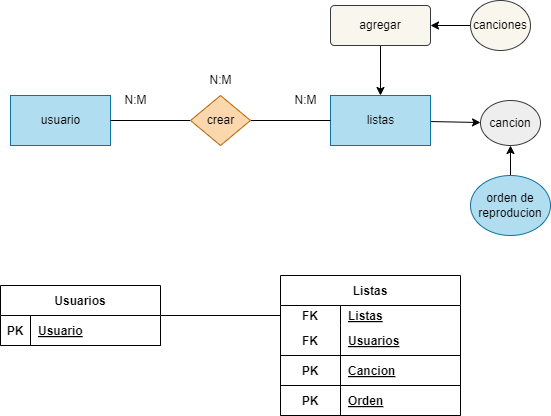
Before: BAE/Tareas/Unidad2/Images/Ejercicio13.drawio.png, a diagram exported from draw.io (ResetMeNow/DAW). Source tidied: cells renumbered, new cells last; positions are measured from the earlier drawing's top-left corner, leaving out a move shared by most shapes. The source it was exported from:
```xml
<mxGraphModel>
  <root>
    <mxCell id="0" />
    <mxCell id="1" parent="0" />
    <mxCell id="2" style="edgeStyle=none;html=1;endArrow=classic;endFill=1;" parent="1" edge="1" source="3" target="33">
      <mxGeometry relative="1" as="geometry" />
    </mxCell>
    <mxCell id="3" value="listas" style="html=1;dashed=0;whitespace=wrap;fillColor=#b1ddf0;strokeColor=#10739e;" parent="1" vertex="1">
      <mxGeometry x="330" y="95" width="100" height="50" as="geometry" />
    </mxCell>
    <mxCell id="4" value="usuario" style="html=1;dashed=0;whitespace=wrap;fillColor=#b1ddf0;strokeColor=#10739e;" parent="1" vertex="1">
      <mxGeometry x="10" y="95" width="100" height="50" as="geometry" />
    </mxCell>
    <mxCell id="5" style="edgeStyle=none;html=1;endArrow=none;endFill=0;" parent="1" edge="1" source="7" target="4">
      <mxGeometry relative="1" as="geometry" />
    </mxCell>
    <mxCell id="6" style="edgeStyle=none;html=1;endArrow=none;endFill=0;" parent="1" edge="1" source="7" target="3">
      <mxGeometry relative="1" as="geometry" />
    </mxCell>
    <mxCell id="7" value="crear" style="shape=rhombus;html=1;dashed=0;whitespace=wrap;perimeter=rhombusPerimeter;fillColor=#fad7ac;strokeColor=#b46504;" parent="1" vertex="1">
      <mxGeometry x="190" y="95" width="60" height="50" as="geometry" />
    </mxCell>
    <mxCell id="8" value="N:M" style="text;html=1;align=center;verticalAlign=middle;strokeColor=none;fillColor=none;" parent="1" vertex="1">
      <mxGeometry x="110" y="85" width="50" height="30" as="geometry" />
    </mxCell>
    <mxCell id="9" value="N:M" style="text;html=1;align=center;verticalAlign=middle;strokeColor=none;fillColor=none;" parent="1" vertex="1">
      <mxGeometry x="280" y="85" width="50" height="30" as="geometry" />
    </mxCell>
    <mxCell id="10" value="N:M" style="text;html=1;align=center;verticalAlign=middle;strokeColor=none;fillColor=none;" parent="1" vertex="1">
      <mxGeometry x="195" y="65" width="50" height="30" as="geometry" />
    </mxCell>
    <mxCell id="11" style="edgeStyle=none;html=1;entryX=0;entryY=0.5;entryDx=0;entryDy=0;endArrow=none;endFill=0;" parent="1" edge="1" source="12" target="17">
      <mxGeometry relative="1" as="geometry" />
    </mxCell>
    <mxCell id="12" value="Usuarios" style="shape=table;startSize=30;rowLines=0;fontStyle=1;align=center;" parent="1" vertex="1">
      <mxGeometry y="285" width="160" height="60" as="geometry" />
    </mxCell>
    <mxCell id="13" style="shape=tableRow;horizontal=0;startSize=0;swimlaneHead=0;swimlaneBody=0;fillColor=none;top=0;left=0;right=0;bottom=1;" parent="12" vertex="1">
      <mxGeometry y="30" width="160" height="30" as="geometry" />
    </mxCell>
    <mxCell id="14" value="PK" style="shape=partialRectangle;fillColor=none;top=0;left=0;bottom=0;right=0;fontStyle=1;overflow=hidden;" parent="13" vertex="1">
      <mxGeometry width="30" height="30" as="geometry" />
    </mxCell>
    <mxCell id="15" value="Usuario" style="shape=partialRectangle;fillColor=none;top=0;left=0;bottom=0;right=0;align=left;spacingLeft=6;fontStyle=5;overflow=hidden;" parent="13" vertex="1">
      <mxGeometry x="30" width="130" height="30" as="geometry" />
    </mxCell>
    <mxCell id="16" value="Listas" style="shape=table;startSize=30;rowLines=0;fontStyle=1;align=center;" parent="1" vertex="1">
      <mxGeometry x="280" y="275" width="180" height="140" as="geometry" />
    </mxCell>
    <mxCell id="17" style="shape=tableRow;horizontal=0;startSize=0;swimlaneHead=0;swimlaneBody=0;fillColor=none;points=[[0,0.5],[1,0.5]];portConstraint=eastwest;top=0;left=0;right=0;bottom=0;" parent="16" vertex="1">
      <mxGeometry y="30" width="180" height="20" as="geometry" />
    </mxCell>
    <mxCell id="18" value="FK" style="shape=partialRectangle;fillColor=none;top=0;left=0;bottom=0;right=0;fontStyle=1;overflow=hidden;" parent="17" vertex="1">
      <mxGeometry width="60" height="20" as="geometry" />
    </mxCell>
    <mxCell id="19" value="Listas" style="shape=partialRectangle;fillColor=none;top=0;left=0;bottom=0;right=0;align=left;spacingLeft=6;fontStyle=5;overflow=hidden;" parent="17" vertex="1">
      <mxGeometry x="60" width="120" height="20" as="geometry" />
    </mxCell>
    <mxCell id="20" style="shape=tableRow;horizontal=0;startSize=0;swimlaneHead=0;swimlaneBody=0;fillColor=none;top=0;left=0;right=0;bottom=1;" parent="16" vertex="1">
      <mxGeometry y="50" width="180" height="30" as="geometry" />
    </mxCell>
    <mxCell id="21" value="FK" style="shape=partialRectangle;fillColor=none;top=0;left=0;bottom=0;right=0;fontStyle=1;overflow=hidden;" parent="20" vertex="1">
      <mxGeometry width="60" height="30" as="geometry" />
    </mxCell>
    <mxCell id="22" value="Usuarios" style="shape=partialRectangle;fillColor=none;top=0;left=0;bottom=0;right=0;align=left;spacingLeft=6;fontStyle=5;overflow=hidden;" parent="20" vertex="1">
      <mxGeometry x="60" width="120" height="30" as="geometry" />
    </mxCell>
    <mxCell id="23" style="shape=tableRow;horizontal=0;startSize=0;swimlaneHead=0;swimlaneBody=0;fillColor=none;top=0;left=0;right=0;bottom=1;" parent="16" vertex="1">
      <mxGeometry y="80" width="180" height="30" as="geometry" />
    </mxCell>
    <mxCell id="24" value="PK" style="shape=partialRectangle;fillColor=none;top=0;left=0;bottom=0;right=0;fontStyle=1;overflow=hidden;" parent="23" vertex="1">
      <mxGeometry width="60" height="30" as="geometry" />
    </mxCell>
    <mxCell id="25" value="Cancion" style="shape=partialRectangle;fillColor=none;top=0;left=0;bottom=0;right=0;align=left;spacingLeft=6;fontStyle=5;overflow=hidden;" parent="23" vertex="1">
      <mxGeometry x="60" width="120" height="30" as="geometry" />
    </mxCell>
    <mxCell id="26" style="shape=tableRow;horizontal=0;startSize=0;swimlaneHead=0;swimlaneBody=0;fillColor=none;top=0;left=0;right=0;bottom=1;" parent="16" vertex="1">
      <mxGeometry y="110" width="180" height="30" as="geometry" />
    </mxCell>
    <mxCell id="27" value="PK" style="shape=partialRectangle;fillColor=none;top=0;left=0;bottom=0;right=0;fontStyle=1;overflow=hidden;" parent="26" vertex="1">
      <mxGeometry width="60" height="30" as="geometry" />
    </mxCell>
    <mxCell id="28" value="Orden" style="shape=partialRectangle;fillColor=none;top=0;left=0;bottom=0;right=0;align=left;spacingLeft=6;fontStyle=5;overflow=hidden;" parent="26" vertex="1">
      <mxGeometry x="60" width="120" height="30" as="geometry" />
    </mxCell>
    <mxCell id="29" style="edgeStyle=none;html=1;endArrow=classic;endFill=1;" parent="1" edge="1" source="30" target="3">
      <mxGeometry relative="1" as="geometry" />
    </mxCell>
    <mxCell id="30" value="agregar" style="rounded=1;arcSize=10;whiteSpace=wrap;html=1;align=center;fillColor=#f9f7ed;strokeColor=#36393d;" parent="1" vertex="1">
      <mxGeometry x="330" y="5" width="100" height="40" as="geometry" />
    </mxCell>
    <mxCell id="31" style="edgeStyle=none;html=1;entryX=1;entryY=0.5;entryDx=0;entryDy=0;endArrow=classic;endFill=1;" parent="1" edge="1" source="32" target="30">
      <mxGeometry relative="1" as="geometry" />
    </mxCell>
    <mxCell id="32" value="canciones" style="ellipse;whiteSpace=wrap;html=1;fillColor=#f9f7ed;strokeColor=#36393d;rounded=1;arcSize=10;" parent="1" vertex="1">
      <mxGeometry x="470" width="60" height="50" as="geometry" />
    </mxCell>
    <mxCell id="33" value="cancion" style="ellipse;whiteSpace=wrap;html=1;fillColor=#eeeeee;strokeColor=#36393d;dashed=0;" parent="1" vertex="1">
      <mxGeometry x="480" y="100" width="60" height="45" as="geometry" />
    </mxCell>
    <mxCell id="34" style="edgeStyle=none;html=1;endArrow=classic;endFill=1;" parent="1" edge="1" source="35" target="33">
      <mxGeometry relative="1" as="geometry" />
    </mxCell>
    <mxCell id="35" value="orden de reproducion" style="ellipse;whiteSpace=wrap;html=1;fillColor=#b1ddf0;strokeColor=#10739e;dashed=0;" parent="1" vertex="1">
      <mxGeometry x="470" y="175" width="80" height="60" as="geometry" />
    </mxCell>
  </root>
</mxGraphModel>
```
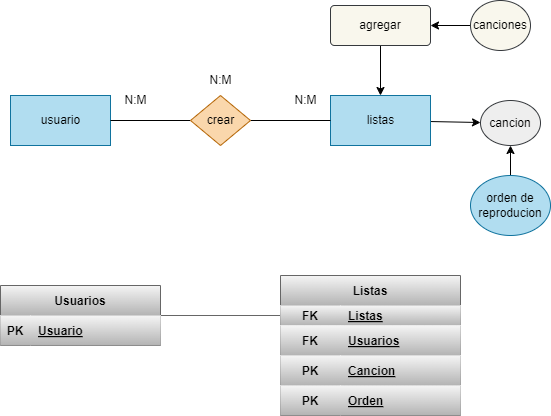
The same file after the commit.

Diff of the diagram source:
```diff
@@ -29,58 +29,58 @@
     <mxCell id="10" value="N:M" style="text;html=1;align=center;verticalAlign=middle;strokeColor=none;fillColor=none;" parent="1" vertex="1">
       <mxGeometry x="195" y="65" width="50" height="30" as="geometry" />
     </mxCell>
-    <mxCell id="11" style="edgeStyle=none;html=1;entryX=0;entryY=0.5;entryDx=0;entryDy=0;endArrow=none;endFill=0;" parent="1" edge="1" source="12" target="17">
+    <mxCell id="11" style="edgeStyle=none;html=1;entryX=0;entryY=0.5;entryDx=0;entryDy=0;endArrow=none;endFill=0;fillColor=#f5f5f5;strokeColor=#666666;gradientColor=#b3b3b3;" parent="1" edge="1" source="12" target="17">
       <mxGeometry relative="1" as="geometry" />
     </mxCell>
-    <mxCell id="12" value="Usuarios" style="shape=table;startSize=30;rowLines=0;fontStyle=1;align=center;" parent="1" vertex="1">
+    <mxCell id="12" value="Usuarios" style="shape=table;startSize=30;rowLines=0;fontStyle=1;align=center;fillColor=#f5f5f5;strokeColor=#666666;gradientColor=#b3b3b3;" parent="1" vertex="1">
       <mxGeometry y="285" width="160" height="60" as="geometry" />
     </mxCell>
-    <mxCell id="13" style="shape=tableRow;horizontal=0;startSize=0;swimlaneHead=0;swimlaneBody=0;fillColor=none;top=0;left=0;right=0;bottom=1;" parent="12" vertex="1">
+    <mxCell id="13" style="shape=tableRow;horizontal=0;startSize=0;swimlaneHead=0;swimlaneBody=0;fillColor=#f5f5f5;top=0;left=0;right=0;bottom=1;strokeColor=#666666;gradientColor=#b3b3b3;" parent="12" vertex="1">
       <mxGeometry y="30" width="160" height="30" as="geometry" />
     </mxCell>
-    <mxCell id="14" value="PK" style="shape=partialRectangle;fillColor=none;top=0;left=0;bottom=0;right=0;fontStyle=1;overflow=hidden;" parent="13" vertex="1">
+    <mxCell id="14" value="PK" style="shape=partialRectangle;fillColor=#f5f5f5;top=0;left=0;bottom=0;right=0;fontStyle=1;overflow=hidden;strokeColor=#666666;gradientColor=#b3b3b3;" parent="13" vertex="1">
       <mxGeometry width="30" height="30" as="geometry" />
     </mxCell>
-    <mxCell id="15" value="Usuario" style="shape=partialRectangle;fillColor=none;top=0;left=0;bottom=0;right=0;align=left;spacingLeft=6;fontStyle=5;overflow=hidden;" parent="13" vertex="1">
+    <mxCell id="15" value="Usuario" style="shape=partialRectangle;fillColor=#f5f5f5;top=0;left=0;bottom=0;right=0;align=left;spacingLeft=6;fontStyle=5;overflow=hidden;strokeColor=#666666;gradientColor=#b3b3b3;" parent="13" vertex="1">
       <mxGeometry x="30" width="130" height="30" as="geometry" />
     </mxCell>
-    <mxCell id="16" value="Listas" style="shape=table;startSize=30;rowLines=0;fontStyle=1;align=center;" parent="1" vertex="1">
+    <mxCell id="16" value="Listas" style="shape=table;startSize=30;rowLines=0;fontStyle=1;align=center;fillColor=#f5f5f5;strokeColor=#666666;gradientColor=#b3b3b3;" parent="1" vertex="1">
       <mxGeometry x="280" y="275" width="180" height="140" as="geometry" />
     </mxCell>
-    <mxCell id="17" style="shape=tableRow;horizontal=0;startSize=0;swimlaneHead=0;swimlaneBody=0;fillColor=none;points=[[0,0.5],[1,0.5]];portConstraint=eastwest;top=0;left=0;right=0;bottom=0;" parent="16" vertex="1">
+    <mxCell id="17" style="shape=tableRow;horizontal=0;startSize=0;swimlaneHead=0;swimlaneBody=0;fillColor=#f5f5f5;points=[[0,0.5],[1,0.5]];portConstraint=eastwest;top=0;left=0;right=0;bottom=0;strokeColor=#666666;gradientColor=#b3b3b3;" parent="16" vertex="1">
       <mxGeometry y="30" width="180" height="20" as="geometry" />
     </mxCell>
-    <mxCell id="18" value="FK" style="shape=partialRectangle;fillColor=none;top=0;left=0;bottom=0;right=0;fontStyle=1;overflow=hidden;" parent="17" vertex="1">
+    <mxCell id="18" value="FK" style="shape=partialRectangle;fillColor=#f5f5f5;top=0;left=0;bottom=0;right=0;fontStyle=1;overflow=hidden;strokeColor=#666666;gradientColor=#b3b3b3;" parent="17" vertex="1">
       <mxGeometry width="60" height="20" as="geometry" />
     </mxCell>
-    <mxCell id="19" value="Listas" style="shape=partialRectangle;fillColor=none;top=0;left=0;bottom=0;right=0;align=left;spacingLeft=6;fontStyle=5;overflow=hidden;" parent="17" vertex="1">
+    <mxCell id="19" value="Listas" style="shape=partialRectangle;fillColor=#f5f5f5;top=0;left=0;bottom=0;right=0;align=left;spacingLeft=6;fontStyle=5;overflow=hidden;strokeColor=#666666;gradientColor=#b3b3b3;" parent="17" vertex="1">
       <mxGeometry x="60" width="120" height="20" as="geometry" />
     </mxCell>
-    <mxCell id="20" style="shape=tableRow;horizontal=0;startSize=0;swimlaneHead=0;swimlaneBody=0;fillColor=none;top=0;left=0;right=0;bottom=1;" parent="16" vertex="1">
+    <mxCell id="20" style="shape=tableRow;horizontal=0;startSize=0;swimlaneHead=0;swimlaneBody=0;fillColor=#f5f5f5;top=0;left=0;right=0;bottom=1;strokeColor=#666666;gradientColor=#b3b3b3;" parent="16" vertex="1">
       <mxGeometry y="50" width="180" height="30" as="geometry" />
     </mxCell>
-    <mxCell id="21" value="FK" style="shape=partialRectangle;fillColor=none;top=0;left=0;bottom=0;right=0;fontStyle=1;overflow=hidden;" parent="20" vertex="1">
+    <mxCell id="21" value="FK" style="shape=partialRectangle;fillColor=#f5f5f5;top=0;left=0;bottom=0;right=0;fontStyle=1;overflow=hidden;strokeColor=#666666;gradientColor=#b3b3b3;" parent="20" vertex="1">
       <mxGeometry width="60" height="30" as="geometry" />
     </mxCell>
-    <mxCell id="22" value="Usuarios" style="shape=partialRectangle;fillColor=none;top=0;left=0;bottom=0;right=0;align=left;spacingLeft=6;fontStyle=5;overflow=hidden;" parent="20" vertex="1">
+    <mxCell id="22" value="Usuarios" style="shape=partialRectangle;fillColor=#f5f5f5;top=0;left=0;bottom=0;right=0;align=left;spacingLeft=6;fontStyle=5;overflow=hidden;strokeColor=#666666;gradientColor=#b3b3b3;" parent="20" vertex="1">
       <mxGeometry x="60" width="120" height="30" as="geometry" />
     </mxCell>
-    <mxCell id="23" style="shape=tableRow;horizontal=0;startSize=0;swimlaneHead=0;swimlaneBody=0;fillColor=none;top=0;left=0;right=0;bottom=1;" parent="16" vertex="1">
+    <mxCell id="23" style="shape=tableRow;horizontal=0;startSize=0;swimlaneHead=0;swimlaneBody=0;fillColor=#f5f5f5;top=0;left=0;right=0;bottom=1;strokeColor=#666666;gradientColor=#b3b3b3;" parent="16" vertex="1">
       <mxGeometry y="80" width="180" height="30" as="geometry" />
     </mxCell>
-    <mxCell id="24" value="PK" style="shape=partialRectangle;fillColor=none;top=0;left=0;bottom=0;right=0;fontStyle=1;overflow=hidden;" parent="23" vertex="1">
+    <mxCell id="24" value="PK" style="shape=partialRectangle;fillColor=#f5f5f5;top=0;left=0;bottom=0;right=0;fontStyle=1;overflow=hidden;strokeColor=#666666;gradientColor=#b3b3b3;" parent="23" vertex="1">
       <mxGeometry width="60" height="30" as="geometry" />
     </mxCell>
-    <mxCell id="25" value="Cancion" style="shape=partialRectangle;fillColor=none;top=0;left=0;bottom=0;right=0;align=left;spacingLeft=6;fontStyle=5;overflow=hidden;" parent="23" vertex="1">
+    <mxCell id="25" value="Cancion" style="shape=partialRectangle;fillColor=#f5f5f5;top=0;left=0;bottom=0;right=0;align=left;spacingLeft=6;fontStyle=5;overflow=hidden;strokeColor=#666666;gradientColor=#b3b3b3;" parent="23" vertex="1">
       <mxGeometry x="60" width="120" height="30" as="geometry" />
     </mxCell>
-    <mxCell id="26" style="shape=tableRow;horizontal=0;startSize=0;swimlaneHead=0;swimlaneBody=0;fillColor=none;top=0;left=0;right=0;bottom=1;" parent="16" vertex="1">
+    <mxCell id="26" style="shape=tableRow;horizontal=0;startSize=0;swimlaneHead=0;swimlaneBody=0;fillColor=#f5f5f5;top=0;left=0;right=0;bottom=1;strokeColor=#666666;gradientColor=#b3b3b3;" parent="16" vertex="1">
       <mxGeometry y="110" width="180" height="30" as="geometry" />
     </mxCell>
-    <mxCell id="27" value="PK" style="shape=partialRectangle;fillColor=none;top=0;left=0;bottom=0;right=0;fontStyle=1;overflow=hidden;" parent="26" vertex="1">
+    <mxCell id="27" value="PK" style="shape=partialRectangle;fillColor=#f5f5f5;top=0;left=0;bottom=0;right=0;fontStyle=1;overflow=hidden;strokeColor=#666666;gradientColor=#b3b3b3;" parent="26" vertex="1">
       <mxGeometry width="60" height="30" as="geometry" />
     </mxCell>
-    <mxCell id="28" value="Orden" style="shape=partialRectangle;fillColor=none;top=0;left=0;bottom=0;right=0;align=left;spacingLeft=6;fontStyle=5;overflow=hidden;" parent="26" vertex="1">
+    <mxCell id="28" value="Orden" style="shape=partialRectangle;fillColor=#f5f5f5;top=0;left=0;bottom=0;right=0;align=left;spacingLeft=6;fontStyle=5;overflow=hidden;strokeColor=#666666;gradientColor=#b3b3b3;" parent="26" vertex="1">
       <mxGeometry x="60" width="120" height="30" as="geometry" />
     </mxCell>
     <mxCell id="29" style="edgeStyle=none;html=1;endArrow=classic;endFill=1;" parent="1" edge="1" source="30" target="3">
```
